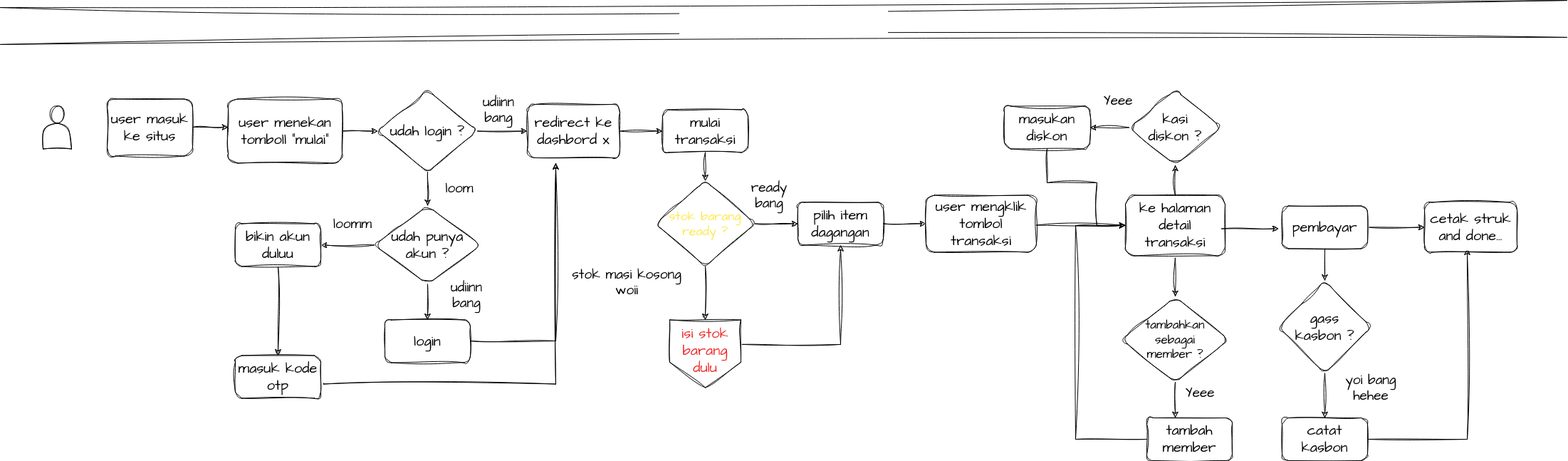
Earlier version of the draw.io export Untitled Diagram.drawio.png (Petrichor-Dev/mypos). Source tidied: cells renumbered, new cells last; positions are measured from the earlier drawing's top-left corner, leaving out a move shared by most shapes.
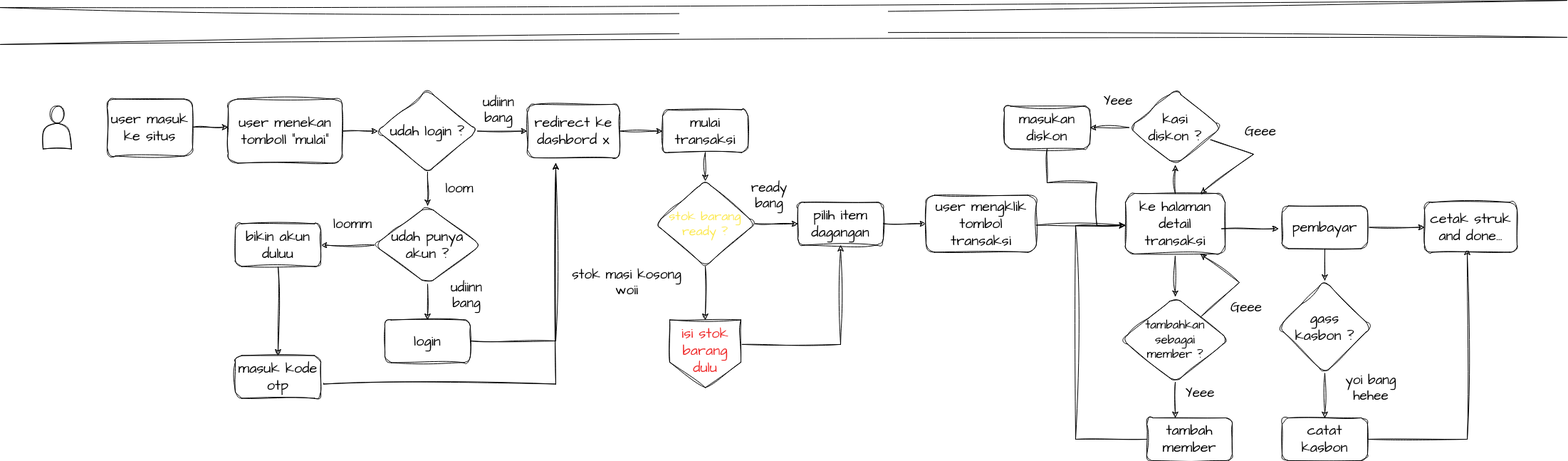
The same diagram one commit later.

The edit, as a diff of the source:
```diff
@@ -126,11 +126,18 @@
       <mxGeometry relative="1" as="geometry" />
     </mxCell>
     <mxCell id="38" value="ke halaman detail transaksi" style="whiteSpace=wrap;html=1;fontSize=20;fontFamily=Architects Daughter;rounded=1;sketch=1;curveFitting=1;jiggle=2;hachureGap=4;fontSource=https%3A%2F%2Ffonts.googleapis.com%2Fcss%3Ffamily%3DArchitects%2BDaughter;spacing=2;labelBackgroundColor=none;" parent="1" vertex="1">
-      <mxGeometry x="1580" y="247.5" width="140" height="85" as="geometry" />
+      <mxGeometry x="1580" y="245" width="140" height="85" as="geometry" />
     </mxCell>
     <mxCell id="39" style="edgeStyle=orthogonalEdgeStyle;rounded=0;sketch=1;hachureGap=4;jiggle=2;curveFitting=1;jettySize=auto;html=1;fontFamily=Architects Daughter;fontSource=https%3A%2F%2Ffonts.googleapis.com%2Fcss%3Ffamily%3DArchitects%2BDaughter;fontSize=17;fontColor=default;labelBackgroundColor=none;" parent="1" edge="1" source="40" target="47">
       <mxGeometry relative="1" as="geometry" />
     </mxCell>
+    <mxCell id="65" style="edgeStyle=none;rounded=0;sketch=1;hachureGap=4;jiggle=2;curveFitting=1;jettySize=auto;html=1;fontFamily=Architects Daughter;fontSource=https%3A%2F%2Ffonts.googleapis.com%2Fcss%3Ffamily%3DArchitects%2BDaughter;fontSize=16;entryX=0.75;entryY=0;entryDx=0;entryDy=0;" parent="1" edge="1" source="40" target="38">
+      <mxGeometry relative="1" as="geometry">
+        <Array as="points">
+          <mxPoint x="1760" y="190" />
+        </Array>
+      </mxGeometry>
+    </mxCell>
     <mxCell id="40" value="&lt;div&gt;kasi &lt;br&gt;&lt;/div&gt;&lt;div&gt;diskon ?&lt;br&gt;&lt;/div&gt;" style="rhombus;whiteSpace=wrap;html=1;fontSize=20;fontFamily=Architects Daughter;rounded=1;sketch=1;curveFitting=1;jiggle=2;hachureGap=4;fontSource=https%3A%2F%2Ffonts.googleapis.com%2Fcss%3Ffamily%3DArchitects%2BDaughter;spacing=2;labelBackgroundColor=none;" parent="1" vertex="1">
       <mxGeometry x="1585" y="100" width="130" height="105" as="geometry" />
     </mxCell>
@@ -139,6 +146,13 @@
         <mxPoint x="1650" y="560" as="targetPoint" />
       </mxGeometry>
     </mxCell>
+    <mxCell id="66" style="edgeStyle=none;rounded=0;sketch=1;hachureGap=4;jiggle=2;curveFitting=1;jettySize=auto;html=1;fontFamily=Architects Daughter;fontSource=https%3A%2F%2Ffonts.googleapis.com%2Fcss%3Ffamily%3DArchitects%2BDaughter;fontSize=16;entryX=0.75;entryY=1;entryDx=0;entryDy=0;" parent="1" edge="1" source="42" target="38">
+      <mxGeometry relative="1" as="geometry">
+        <Array as="points">
+          <mxPoint x="1740" y="370" />
+        </Array>
+      </mxGeometry>
+    </mxCell>
     <mxCell id="42" value="&lt;div style=&quot;font-size: 17px;&quot;&gt;&lt;font style=&quot;font-size: 17px;&quot;&gt;tambahkan &lt;br&gt;&lt;/font&gt;&lt;/div&gt;&lt;div style=&quot;font-size: 17px;&quot;&gt;&lt;font style=&quot;font-size: 17px;&quot;&gt;sebagai &lt;br&gt;&lt;/font&gt;&lt;/div&gt;&lt;div style=&quot;font-size: 17px;&quot;&gt;&lt;font style=&quot;font-size: 17px;&quot;&gt;member &lt;/font&gt;?&lt;/div&gt;" style="rhombus;whiteSpace=wrap;html=1;fontSize=20;fontFamily=Architects Daughter;rounded=1;sketch=1;curveFitting=1;jiggle=2;hachureGap=4;fontSource=https%3A%2F%2Ffonts.googleapis.com%2Fcss%3Ffamily%3DArchitects%2BDaughter;spacing=2;labelBackgroundColor=none;" parent="1" vertex="1">
       <mxGeometry x="1575" y="390" width="150" height="120" as="geometry" />
     </mxCell>
@@ -234,5 +248,11 @@
     <mxCell id="64" value="&lt;font color=&quot;#ef2929&quot;&gt;isi stok barang dulu&lt;/font&gt;" style="shape=offPageConnector;whiteSpace=wrap;html=1;sketch=1;hachureGap=4;jiggle=2;curveFitting=1;fontFamily=Architects Daughter;fontSource=https%3A%2F%2Ffonts.googleapis.com%2Fcss%3Ffamily%3DArchitects%2BDaughter;fontSize=20;verticalAlign=top;" parent="1" vertex="1">
       <mxGeometry x="940" y="422.5" width="100" height="95" as="geometry" />
     </mxCell>
+    <mxCell id="67" value="Geee" style="text;strokeColor=none;align=center;fillColor=none;html=1;verticalAlign=middle;whiteSpace=wrap;rounded=0;sketch=1;hachureGap=4;jiggle=2;curveFitting=1;fontFamily=Architects Daughter;fontSource=https%3A%2F%2Ffonts.googleapis.com%2Fcss%3Ffamily%3DArchitects%2BDaughter;fontSize=19;labelBackgroundColor=none;" parent="1" vertex="1">
+      <mxGeometry x="1720" y="390" width="60" height="30" as="geometry" />
+    </mxCell>
+    <mxCell id="68" value="Geee" style="text;strokeColor=none;align=center;fillColor=none;html=1;verticalAlign=middle;whiteSpace=wrap;rounded=0;sketch=1;hachureGap=4;jiggle=2;curveFitting=1;fontFamily=Architects Daughter;fontSource=https%3A%2F%2Ffonts.googleapis.com%2Fcss%3Ffamily%3DArchitects%2BDaughter;fontSize=19;labelBackgroundColor=none;" parent="1" vertex="1">
+      <mxGeometry x="1740" y="142.5" width="60" height="30" as="geometry" />
+    </mxCell>
   </root>
 </mxGraphModel>
```
